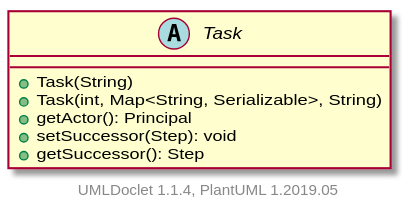
The PlantUML diagram apidocs/2.11.0.M8-SNAPSHOT/org/apache/wiki/workflow/Task.svg in apache/jspwiki-site, before a commit. Its diagram source:
```plantuml
@startuml

    abstract class Task [[Task.html]] {
        +Task(String)
        +Task(int, Map<String, Serializable>, String)
        +getActor(): Principal
        +setSuccessor(Step): void
        +getSuccessor(): Step
    }


    center footer UMLDoclet 1.1.4, PlantUML 1.2019.05
@enduml
```
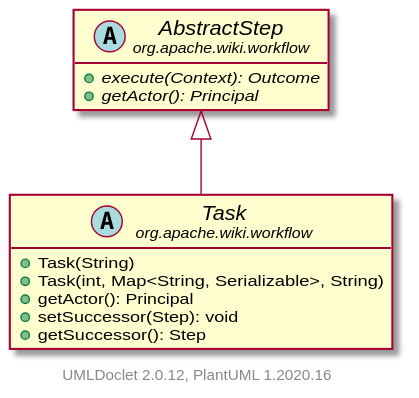
The same diagram one commit later.

Diff of the diagram source:
```diff
@@ -1,6 +1,9 @@
 @startuml
+    set namespaceSeparator none
+    hide empty fields
+    hide empty methods
 
-    abstract class Task [[Task.html]] {
+    abstract class "<size:14>Task\n<size:10>org.apache.wiki.workflow" as org.apache.wiki.workflow.Task [[Task.html]] {
         +Task(String)
         +Task(int, Map<String, Serializable>, String)
         +getActor(): Principal
@@ -8,6 +11,12 @@
         +getSuccessor(): Step
     }
 
+    abstract class "<size:14>AbstractStep\n<size:10>org.apache.wiki.workflow" as org.apache.wiki.workflow.AbstractStep [[AbstractStep.html]] {
+        {abstract} +execute(Context): Outcome
+        {abstract} +getActor(): Principal
+    }
 
-    center footer UMLDoclet 1.1.4, PlantUML 1.2019.05
+    org.apache.wiki.workflow.AbstractStep <|-- org.apache.wiki.workflow.Task
+
+    center footer UMLDoclet 2.0.12, PlantUML 1.2020.16
 @enduml
```
